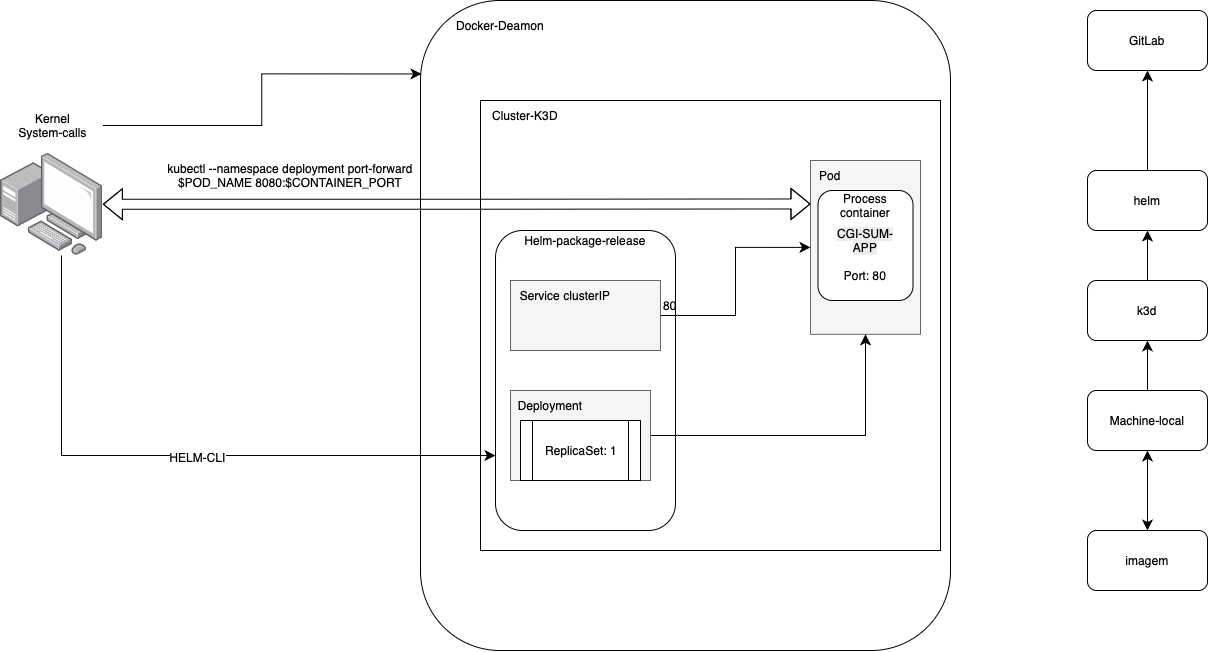
This is applications/helm-deployment-service.drawio.png from jottakayo/topology-diagrams, a draw.io export, as it was before one commit. Source tidied: cells renumbered, new cells last; positions are measured from the earlier drawing's top-left corner, leaving out a move shared by most shapes.
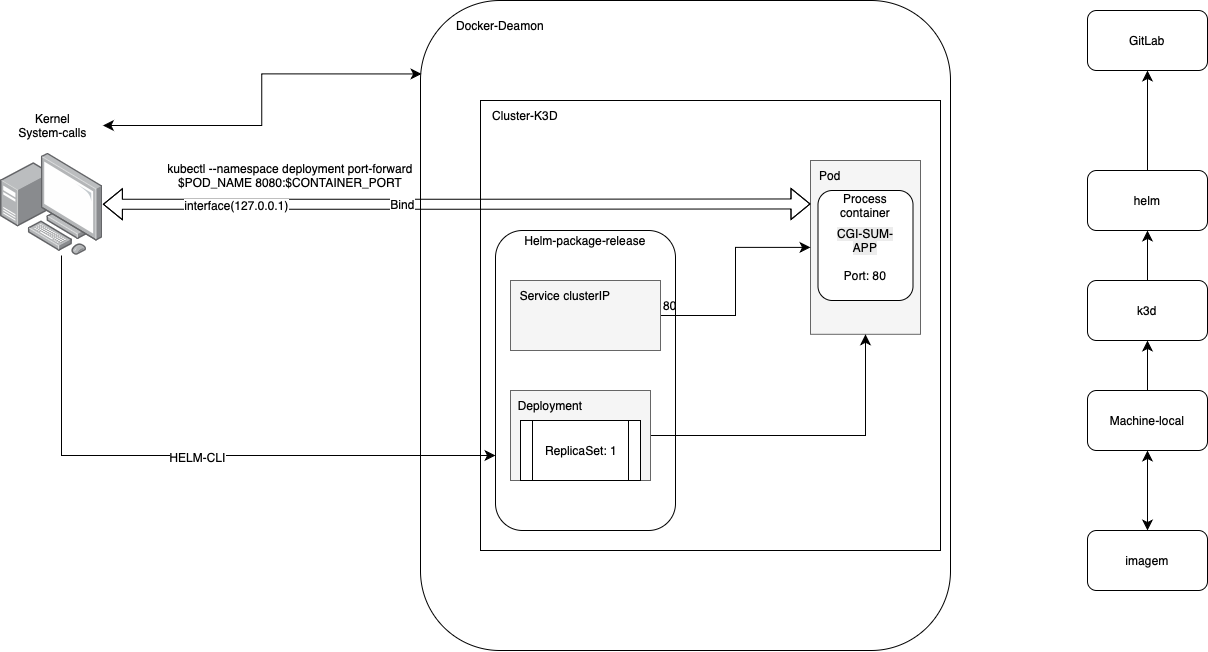
The same file after the commit.

Diff of the diagram source:
```diff
@@ -105,6 +105,12 @@
     <mxCell id="34" style="edgeStyle=orthogonalEdgeStyle;rounded=0;jettySize=auto;html=1;fontSize=12;shape=flexArrow;strokeColor=default;flowAnimation=0;entryX=0;entryY=0.25;entryDx=0;entryDy=0;startArrow=block;" parent="1" edge="1" source="20" target="15">
       <mxGeometry relative="1" as="geometry" />
     </mxCell>
+    <mxCell id="40" value="interface(127.0.0.1)" style="edgeLabel;html=1;align=center;verticalAlign=middle;fontSize=12;" parent="34" vertex="1">
+      <mxGeometry x="-0.63" y="-1" relative="1" as="geometry" />
+    </mxCell>
+    <mxCell id="41" value="Bind" style="edgeLabel;html=1;align=center;verticalAlign=middle;fontSize=12;" parent="34" vertex="1">
+      <mxGeometry x="-0.16" relative="1" as="geometry" />
+    </mxCell>
     <mxCell id="35" value="Service clusterIP" style="text;html=1;align=center;verticalAlign=middle;whiteSpace=wrap;rounded=0;" parent="1" vertex="1">
       <mxGeometry x="510" y="280" width="110" height="30" as="geometry" />
     </mxCell>
@@ -117,7 +123,7 @@
     <mxCell id="38" value="&lt;div&gt;Kernel&lt;br&gt;&lt;/div&gt;&lt;div&gt;System-calls&lt;/div&gt;" style="text;html=1;align=center;verticalAlign=middle;whiteSpace=wrap;rounded=0;" parent="1" vertex="1">
       <mxGeometry x="1.8" y="110" width="100.6" height="30" as="geometry" />
     </mxCell>
-    <mxCell id="39" style="edgeStyle=orthogonalEdgeStyle;rounded=0;jettySize=auto;html=1;entryX=0.002;entryY=0.113;entryDx=0;entryDy=0;entryPerimeter=0;fontSize=12;startSize=8;endSize=8;" parent="1" edge="1" source="38" target="11">
+    <mxCell id="39" style="edgeStyle=orthogonalEdgeStyle;rounded=0;jettySize=auto;html=1;entryX=0.002;entryY=0.113;entryDx=0;entryDy=0;entryPerimeter=0;fontSize=12;startSize=8;endSize=8;startArrow=classic;startFill=1;" parent="1" edge="1" source="38" target="11">
       <mxGeometry relative="1" as="geometry" />
     </mxCell>
   </root>
```
